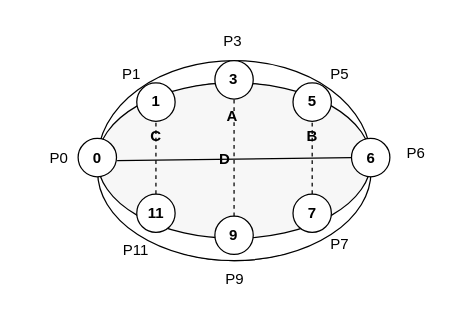
This is nouth .drawio from jonamadk/DrawIO, a draw.io file, before an edit. Source tidied: cells renumbered, new cells numbered last; positions are measured from the earlier drawing's top-left corner, leaving out a move shared by most shapes. Both pictures are drawn from the tidied source at 125%, with x=0, y=0 at pixel (21, 22).
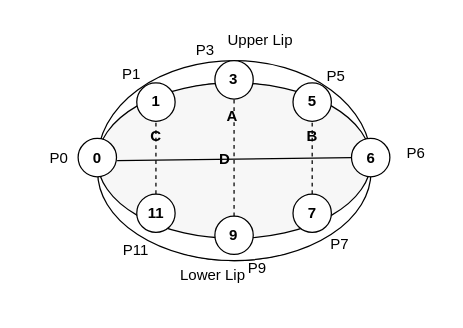
After the change.

Diff of the diagram source:
```diff
@@
     <mxCell id="2" style="group;" parent="1" vertex="1">
-      <mxGeometry x="45" y="30" width="250" height="179.3" as="geometry" />
+      <mxGeometry x="45" y="30" width="250" height="196.4" as="geometry" />
     </mxCell>
@@
     <mxCell id="23" value="P5&lt;div&gt;&lt;br&gt;&lt;/div&gt;" style="text;html=1;align=center;verticalAlign=middle;whiteSpace=wrap;rounded=0;" parent="2" vertex="1">
-      <mxGeometry x="189.4" y="10" width="40.6" height="15.8" as="geometry" />
+      <mxGeometry x="186.4" y="12" width="40.6" height="15.8" as="geometry" />
     </mxCell>
@@
     <mxCell id="27" value="P3" style="text;html=1;align=center;verticalAlign=middle;whiteSpace=wrap;rounded=0;" parent="1" vertex="1">
-      <mxGeometry x="139" width="60" height="30" as="geometry" />
+      <mxGeometry x="117" y="7" width="60" height="30" as="geometry" />
     </mxCell>
@@
     <mxCell id="29" value="P9&lt;div&gt;&lt;br&gt;&lt;/div&gt;" style="text;html=1;align=center;verticalAlign=middle;whiteSpace=wrap;rounded=0;" parent="1" vertex="1">
-      <mxGeometry x="149.7" y="200" width="40.6" height="24.2" as="geometry" />
+      <mxGeometry x="167.7" y="191" width="40.6" height="24.2" as="geometry" />
     </mxCell>
+    <mxCell id="30" value="Upper Lip" style="text;html=1;align=center;verticalAlign=middle;whiteSpace=wrap;rounded=0;" parent="1" vertex="1">
+      <mxGeometry x="161" y="-1" width="60" height="30" as="geometry" />
+    </mxCell>
+    <mxCell id="31" value="Lower Lip" style="text;html=1;align=center;verticalAlign=middle;whiteSpace=wrap;rounded=0;" parent="1" vertex="1">
+      <mxGeometry x="122.8" y="187" width="60" height="30" as="geometry" />
+    </mxCell>
```
